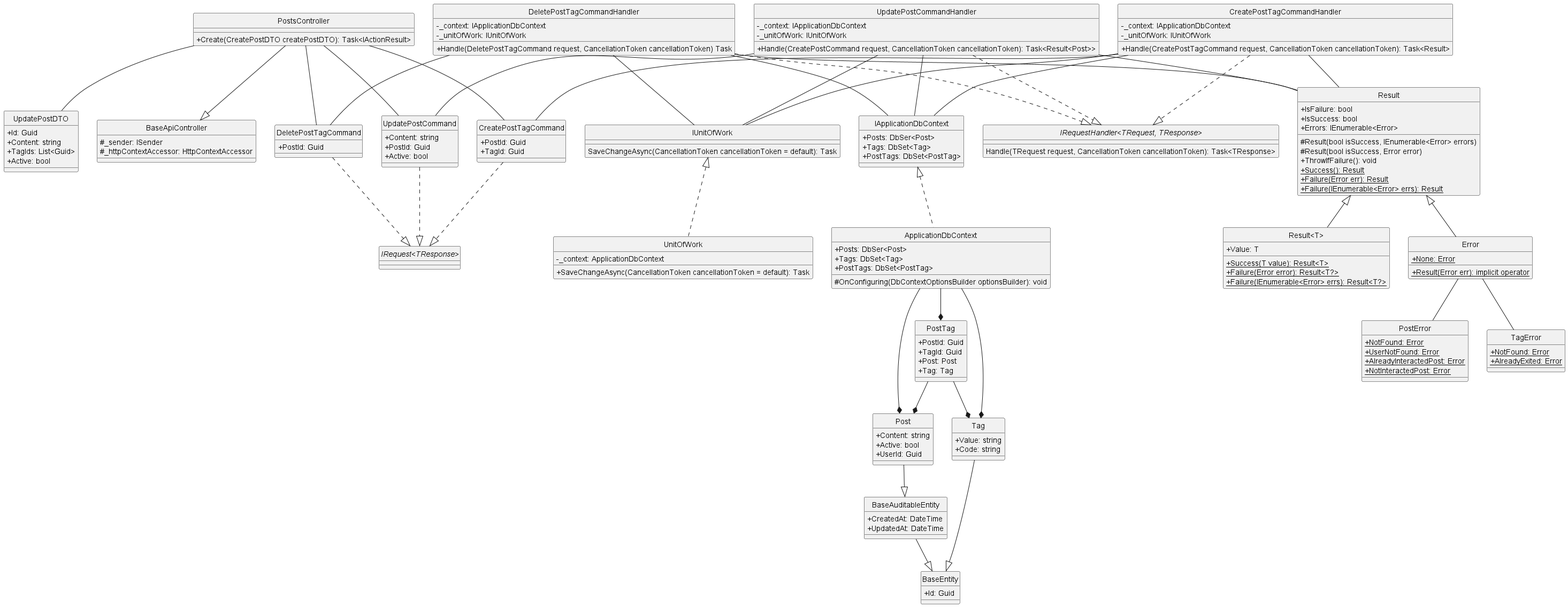
Above: docs/Class Diagram/Post/Post/UpdatePost/ClassDiagram/updatePost.png in Carl-Johnsons/Chat-Application (PlantUML), before the change.
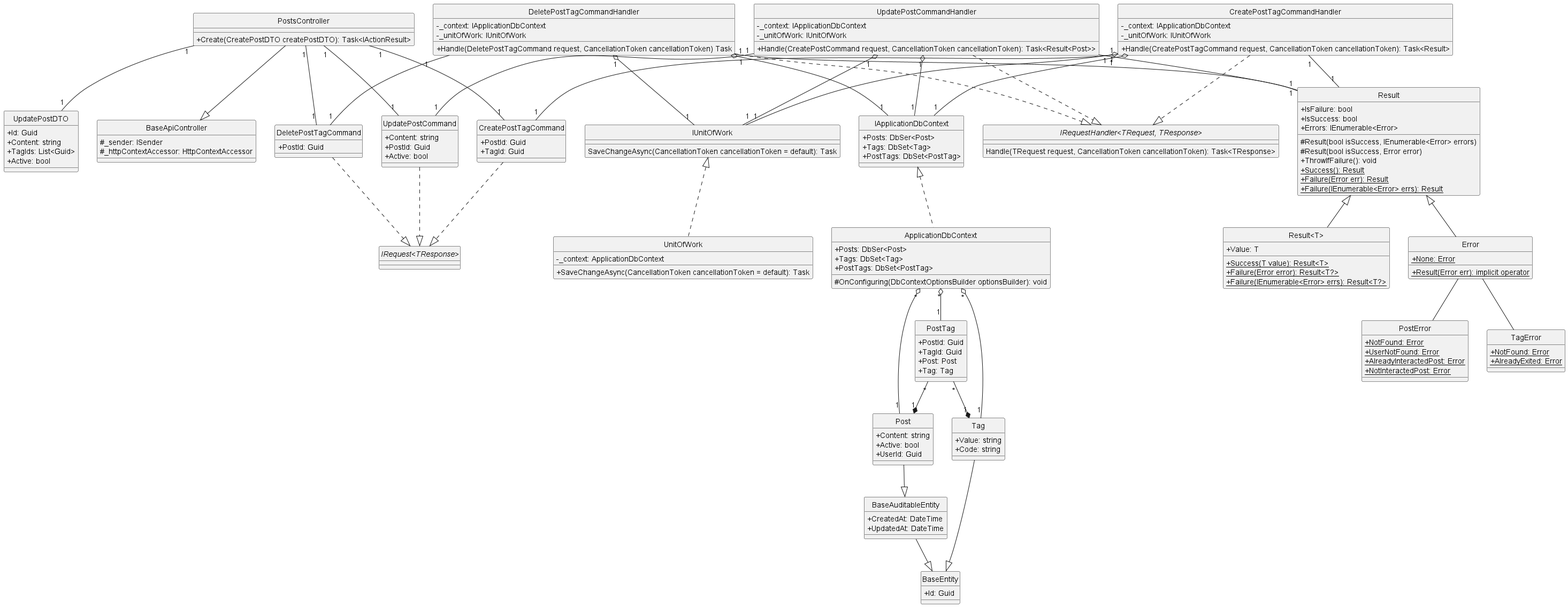
The same file after the commit.

What changed in the source:
```diff
@@ -142,10 +142,10 @@
 }
 
 PostsController --|> BaseApiController
-PostsController -- UpdatePostCommand
-PostsController -- UpdatePostDTO
-PostsController -- DeletePostTagCommand
-PostsController -- CreatePostTagCommand
+PostsController "1"--"1" UpdatePostCommand
+PostsController "1"--"1" UpdatePostDTO
+PostsController "1"--"1" DeletePostTagCommand
+PostsController "1"--"1" CreatePostTagCommand
 UpdatePostCommand ..|> "IRequest<TResponse>"
 UpdatePostCommandHandler ..|> "IRequestHandler<TRequest, TResponse>"
 DeletePostTagCommand ..|> "IRequest<TResponse>"
@@ -153,18 +153,18 @@
 CreatePostTagCommand ..|> "IRequest<TResponse>"
 CreatePostTagCommandHandler ..|> "IRequestHandler<TRequest, TResponse>"
 
-UpdatePostCommandHandler -- UpdatePostCommand
-UpdatePostCommandHandler -- Result
-UpdatePostCommandHandler -- IUnitOfWork
-UpdatePostCommandHandler -- IApplicationDbContext
-DeletePostTagCommandHandler -- DeletePostTagCommand
-DeletePostTagCommandHandler -- Result
-DeletePostTagCommandHandler -- IUnitOfWork
-DeletePostTagCommandHandler -- IApplicationDbContext
-CreatePostTagCommandHandler -- CreatePostTagCommand
-CreatePostTagCommandHandler -- Result
-CreatePostTagCommandHandler -- IUnitOfWork
-CreatePostTagCommandHandler -- IApplicationDbContext
+UpdatePostCommandHandler "1"--"1" UpdatePostCommand
+UpdatePostCommandHandler "1"--"1" Result
+UpdatePostCommandHandler "1" o--"1" IUnitOfWork
+UpdatePostCommandHandler "1" o--"1" IApplicationDbContext
+DeletePostTagCommandHandler "1"--"1" DeletePostTagCommand
+DeletePostTagCommandHandler "1"--"1" Result
+DeletePostTagCommandHandler "1" o--"1" IUnitOfWork
+DeletePostTagCommandHandler "1" o--"1" IApplicationDbContext
+CreatePostTagCommandHandler "1"--"1" CreatePostTagCommand
+CreatePostTagCommandHandler "1"--"1" Result
+CreatePostTagCommandHandler "1" o--"1" IUnitOfWork
+CreatePostTagCommandHandler "1" o--"1" IApplicationDbContext
 Result <|-- Error
 Result <|-- "Result<T>"
 Error -- TagError
@@ -172,11 +172,11 @@
 Tag --|> BaseEntity
 Post --|> BaseAuditableEntity
 BaseAuditableEntity --|> BaseEntity
-PostTag --* Post
-PostTag --* Tag
+PostTag "*"--*"1" Post
+PostTag "*"--*"1" Tag
 IUnitOfWork <|.. UnitOfWork
 IApplicationDbContext <|.. ApplicationDbContext
-ApplicationDbContext --* Tag
-ApplicationDbContext --* Post
-ApplicationDbContext --* PostTag
+ApplicationDbContext "*" o--"1" Tag
+ApplicationDbContext "*" o--"1" Post
+ApplicationDbContext "*" o--"1" PostTag
 @enduml
```
